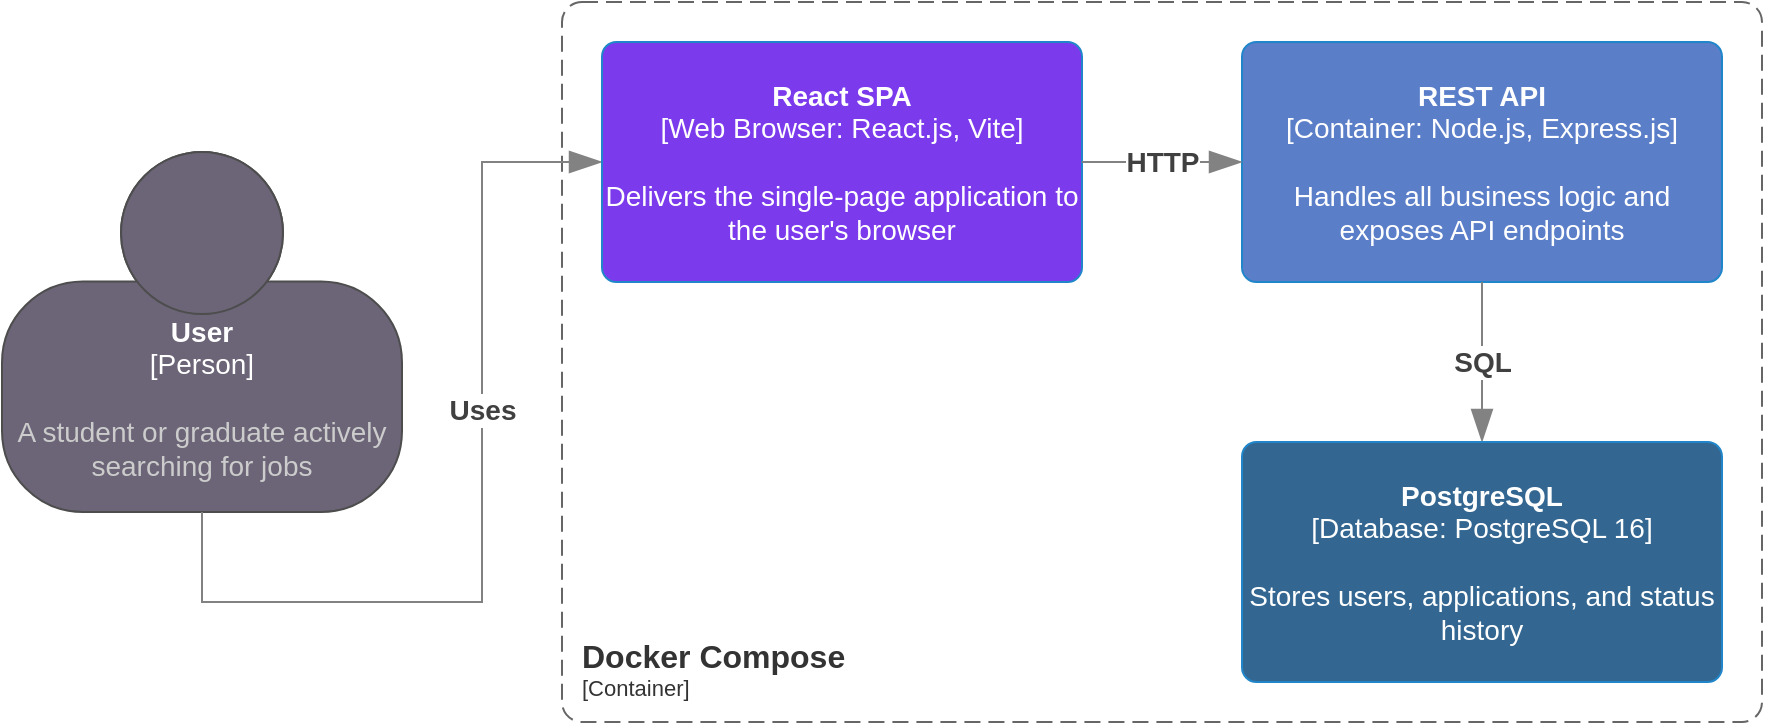
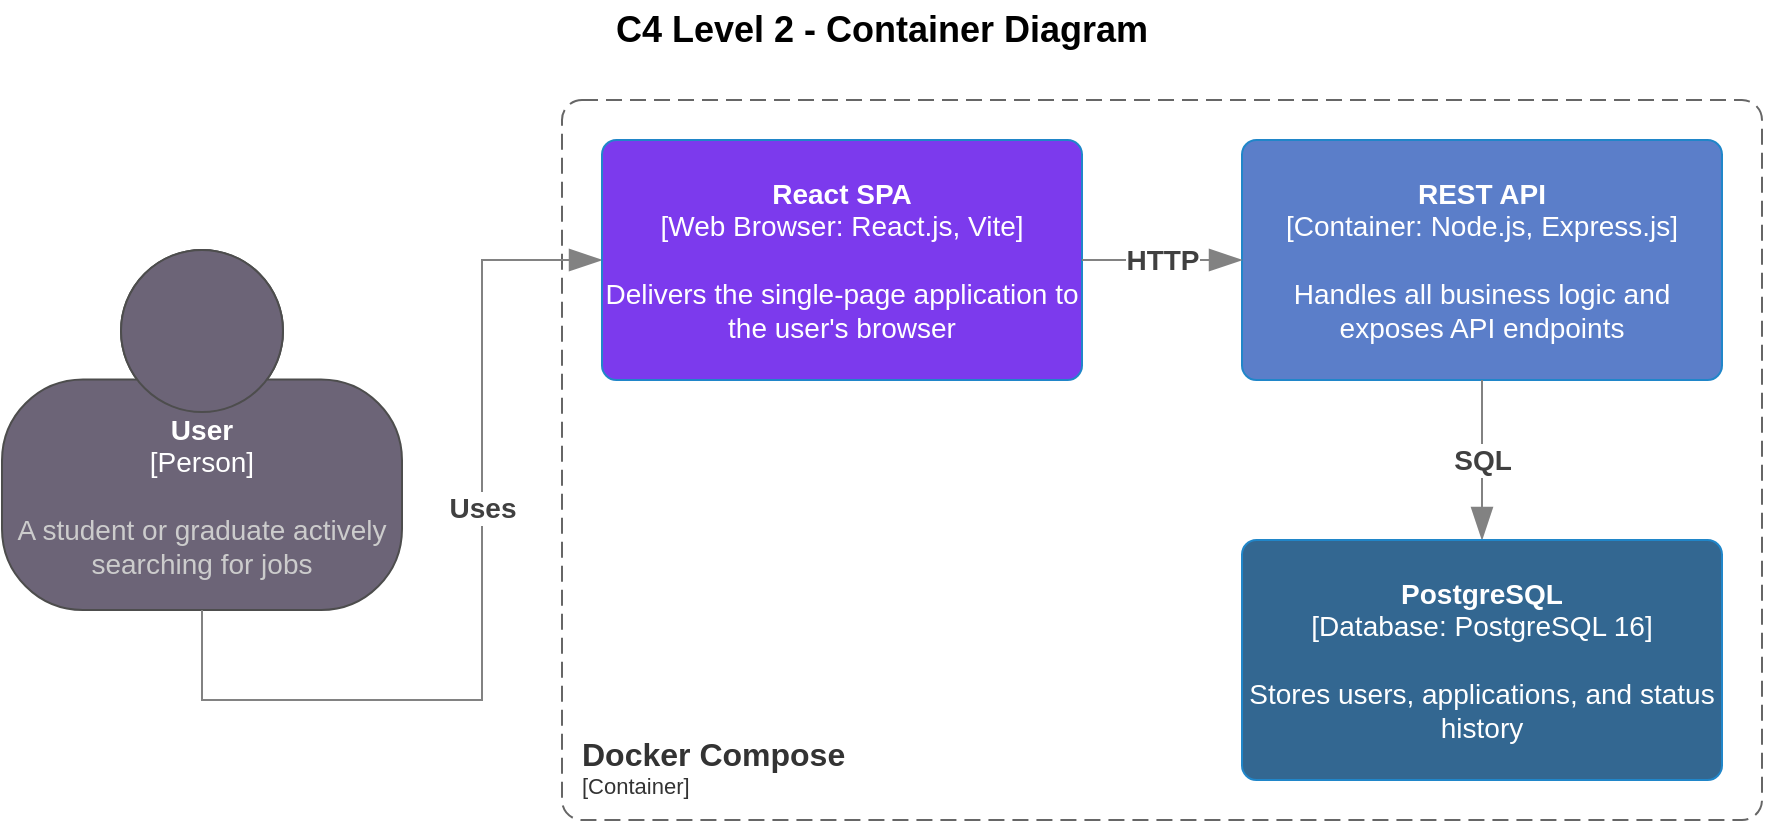
<mxfile host="app.diagrams.net">
  <diagram name="Page-1" id="6VALZ1FvOjJdwDHkJwd1">
    <mxGraphModel dx="2904" dy="1111" grid="1" gridSize="10" guides="1" tooltips="1" connect="1" arrows="1" fold="1" page="1" pageScale="1" pageWidth="850" pageHeight="1100" math="0" shadow="0">
      <root>
        <mxCell id="0" />
        <mxCell id="1" parent="0" />
        <object placeholders="1" c4Name="Docker Compose" c4Type="ContainerScopeBoundary" c4Application="Container" label="&lt;font style=&quot;font-size: 16px&quot;&gt;&lt;b&gt;&lt;div style=&quot;text-align: left&quot;&gt;%c4Name%&lt;/div&gt;&lt;/b&gt;&lt;/font&gt;&lt;div style=&quot;text-align: left&quot;&gt;[%c4Application%]&lt;/div&gt;" id="x2zLl9rLxHROFX07nacW-2">
          <mxCell parent="1" style="rounded=1;fontSize=11;whiteSpace=wrap;html=1;dashed=1;arcSize=20;fillColor=none;strokeColor=#666666;fontColor=#333333;labelBackgroundColor=none;align=left;verticalAlign=bottom;labelBorderColor=none;spacingTop=0;spacing=10;dashPattern=8 4;metaEdit=1;rotatable=0;perimeter=rectanglePerimeter;noLabel=0;labelPadding=0;allowArrows=0;connectable=0;expand=0;recursiveResize=0;editable=1;pointerEvents=0;absoluteArcSize=1;points=[[0.25,0,0],[0.5,0,0],[0.75,0,0],[1,0.25,0],[1,0.5,0],[1,0.75,0],[0.75,1,0],[0.5,1,0],[0.25,1,0],[0,0.75,0],[0,0.5,0],[0,0.25,0]];" vertex="1">
-             <mxGeometry height="360" width="600" x="180" y="260" as="geometry" />
+             <mxGeometry height="360" width="600" x="265" y="260" as="geometry" />
          </mxCell>
        </object>
        <object placeholders="1" c4Name="User" c4Type="Person" c4Description="A student or graduate actively searching for jobs" label="&lt;font&gt;&lt;b&gt;%c4Name%&lt;/b&gt;&lt;/font&gt;&lt;div&gt;[%c4Type%]&lt;/div&gt;&lt;br&gt;&lt;div&gt;&lt;font&gt;&lt;font color=&quot;#cccccc&quot;&gt;%c4Description%&lt;/font&gt;&lt;/font&gt;&lt;/div&gt;" id="x2zLl9rLxHROFX07nacW-3">
          <mxCell parent="1" style="html=1;fontSize=14;dashed=0;whiteSpace=wrap;fillColor=#6C6477;strokeColor=#4D4D4D;fontColor=#ffffff;shape=mxgraph.c4.person2;align=center;metaEdit=1;points=[[0.5,0,0],[1,0.5,0],[1,0.75,0],[0.75,1,0],[0.5,1,0],[0.25,1,0],[0,0.75,0],[0,0.5,0]];resizable=0;" vertex="1">
-             <mxGeometry height="180" width="200" x="-100" y="335" as="geometry" />
+             <mxGeometry height="180" width="200" x="-15" y="335" as="geometry" />
          </mxCell>
        </object>
        <object placeholders="1" c4Type="Relationship" c4Description="Uses" label="&lt;div style=&quot;text-align: left&quot;&gt;&lt;div style=&quot;text-align: center&quot;&gt;&lt;b&gt;%c4Description%&lt;/b&gt;&lt;/div&gt;&lt;/div&gt;" id="x2zLl9rLxHROFX07nacW-4">
          <mxCell edge="1" parent="1" source="x2zLl9rLxHROFX07nacW-3" style="endArrow=blockThin;html=1;fontSize=14;fontColor=#404040;strokeWidth=1;endFill=1;strokeColor=#828282;elbow=vertical;metaEdit=1;endSize=14;startSize=14;jumpStyle=arc;jumpSize=16;rounded=0;edgeStyle=orthogonalEdgeStyle;entryX=0;entryY=0.5;entryDx=0;entryDy=0;entryPerimeter=0;exitX=0.5;exitY=1;exitDx=0;exitDy=0;exitPerimeter=0;" target="x2zLl9rLxHROFX07nacW-6">
            <mxGeometry relative="1" width="240" x="0.2079" as="geometry">
              <mxPoint as="offset" />
              <Array as="points">
-                 <mxPoint y="560" />
-                 <mxPoint x="140" y="560" />
-                 <mxPoint x="140" y="340" />
+                 <mxPoint x="85" y="560" />
+                 <mxPoint x="225" y="560" />
+                 <mxPoint x="225" y="340" />
              </Array>
-               <mxPoint x="60" y="620" as="sourcePoint" />
-               <mxPoint x="300" y="620" as="targetPoint" />
+               <mxPoint x="145" y="620" as="sourcePoint" />
+               <mxPoint x="385" y="620" as="targetPoint" />
            </mxGeometry>
          </mxCell>
        </object>
        <object placeholders="1" c4Name="REST API" c4Type="Container" c4Technology="Node.js, Express.js" c4Description="Handles all business logic and exposes API endpoints" label="&lt;font&gt;&lt;b&gt;%c4Name%&lt;/b&gt;&lt;/font&gt;&lt;div&gt;[%c4Type%: %c4Technology%]&lt;/div&gt;&lt;br&gt;&lt;div&gt;&lt;font&gt;%c4Description%&lt;/font&gt;&lt;/div&gt;" id="x2zLl9rLxHROFX07nacW-5">
          <mxCell parent="1" style="rounded=1;whiteSpace=wrap;html=1;labelBackgroundColor=none;fillColor=#5B7EC9;fontColor=#ffffff;align=center;arcSize=6;strokeColor=#2086C9;metaEdit=1;resizable=0;points=[[0.25,0,0],[0.5,0,0],[0.75,0,0],[1,0.25,0],[1,0.5,0],[1,0.75,0],[0.75,1,0],[0.5,1,0],[0.25,1,0],[0,0.75,0],[0,0.5,0],[0,0.25,0]];fontSize=14;" vertex="1">
-             <mxGeometry height="120" width="240" x="520" y="280" as="geometry" />
+             <mxGeometry height="120" width="240" x="605" y="280" as="geometry" />
          </mxCell>
        </object>
        <object placeholders="1" c4Name="React SPA" c4Type="Web Browser" c4Technology="React.js, Vite" c4Description="Delivers the single-page application to the user&#39;s browser" label="&lt;font&gt;&lt;b&gt;%c4Name%&lt;/b&gt;&lt;/font&gt;&lt;div&gt;[%c4Type%: %c4Technology%]&lt;/div&gt;&lt;br&gt;&lt;div&gt;&lt;font&gt;%c4Description%&lt;/font&gt;&lt;/div&gt;" id="x2zLl9rLxHROFX07nacW-6">
          <mxCell parent="1" style="rounded=1;whiteSpace=wrap;html=1;labelBackgroundColor=none;fillColor=#7C3AED;fontColor=#ffffff;align=center;arcSize=6;strokeColor=#2086C9;metaEdit=1;resizable=0;points=[[0.25,0,0],[0.5,0,0],[0.75,0,0],[1,0.25,0],[1,0.5,0],[1,0.75,0],[0.75,1,0],[0.5,1,0],[0.25,1,0],[0,0.75,0],[0,0.5,0],[0,0.25,0]];fontSize=14;" vertex="1">
-             <mxGeometry height="120" width="240" x="200" y="280" as="geometry" />
+             <mxGeometry height="120" width="240" x="285" y="280" as="geometry" />
          </mxCell>
        </object>
        <object placeholders="1" c4Type="Relationship" c4Description="HTTP" label="&lt;div style=&quot;text-align: left&quot;&gt;&lt;div style=&quot;text-align: center&quot;&gt;&lt;b&gt;%c4Description%&lt;/b&gt;&lt;/div&gt;&lt;/div&gt;" id="x2zLl9rLxHROFX07nacW-7">
          <mxCell edge="1" parent="1" source="x2zLl9rLxHROFX07nacW-6" style="endArrow=blockThin;html=1;fontSize=14;fontColor=#404040;strokeWidth=1;endFill=1;strokeColor=#828282;elbow=vertical;metaEdit=1;endSize=14;startSize=14;jumpStyle=arc;jumpSize=16;rounded=0;edgeStyle=orthogonalEdgeStyle;exitX=1;exitY=0.5;exitDx=0;exitDy=0;exitPerimeter=0;entryX=0;entryY=0.5;entryDx=0;entryDy=0;entryPerimeter=0;" target="x2zLl9rLxHROFX07nacW-5">
            <mxGeometry relative="1" width="240" as="geometry">
-               <mxPoint x="110" y="710" as="sourcePoint" />
-               <mxPoint x="350" y="710" as="targetPoint" />
+               <mxPoint x="195" y="710" as="sourcePoint" />
+               <mxPoint x="435" y="710" as="targetPoint" />
            </mxGeometry>
          </mxCell>
        </object>
        <object placeholders="1" c4Type="Relationship" c4Description="SQL" label="&lt;div style=&quot;text-align: left&quot;&gt;&lt;div style=&quot;text-align: center&quot;&gt;&lt;b&gt;%c4Description%&lt;/b&gt;&lt;/div&gt;&lt;/div&gt;" id="x2zLl9rLxHROFX07nacW-9">
          <mxCell edge="1" parent="1" source="x2zLl9rLxHROFX07nacW-5" style="endArrow=blockThin;html=1;fontSize=14;fontColor=#404040;strokeWidth=1;endFill=1;strokeColor=#828282;elbow=vertical;metaEdit=1;endSize=14;startSize=14;jumpStyle=arc;jumpSize=16;rounded=0;edgeStyle=orthogonalEdgeStyle;exitX=0.5;exitY=1;exitDx=0;exitDy=0;exitPerimeter=0;entryX=0.5;entryY=0;entryDx=0;entryDy=0;entryPerimeter=0;" target="x2zLl9rLxHROFX07nacW-10">
            <mxGeometry relative="1" width="240" as="geometry">
-               <mxPoint x="-90" y="760" as="sourcePoint" />
-               <mxPoint x="150" y="760" as="targetPoint" />
+               <mxPoint x="-5" y="760" as="sourcePoint" />
+               <mxPoint x="235" y="760" as="targetPoint" />
            </mxGeometry>
          </mxCell>
        </object>
        <object placeholders="1" c4Name="PostgreSQL" c4Type="Database" c4Technology="PostgreSQL 16" c4Description="Stores users, applications, and status history" label="&lt;font&gt;&lt;b&gt;%c4Name%&lt;/b&gt;&lt;/font&gt;&lt;div&gt;[%c4Type%: %c4Technology%]&lt;/div&gt;&lt;br&gt;&lt;div&gt;&lt;font&gt;%c4Description%&lt;/font&gt;&lt;/div&gt;" id="x2zLl9rLxHROFX07nacW-10">
          <mxCell parent="1" style="rounded=1;whiteSpace=wrap;html=1;labelBackgroundColor=none;fillColor=#336791;fontColor=#ffffff;align=center;arcSize=6;strokeColor=#2086C9;metaEdit=1;resizable=0;points=[[0.25,0,0],[0.5,0,0],[0.75,0,0],[1,0.25,0],[1,0.5,0],[1,0.75,0],[0.75,1,0],[0.5,1,0],[0.25,1,0],[0,0.75,0],[0,0.5,0],[0,0.25,0]];fontSize=14;" vertex="1">
-             <mxGeometry height="120" width="240" x="520" y="480" as="geometry" />
+             <mxGeometry height="120" width="240" x="605" y="480" as="geometry" />
          </mxCell>
        </object>
+         <mxCell id="x2zLl9rLxHROFX07nacW-11" parent="1" style="text;html=1;whiteSpace=wrap;strokeColor=none;fillColor=none;align=center;verticalAlign=middle;rounded=0;fontSize=18;" value="&lt;div&gt;&lt;font&gt;&lt;b&gt;C4 Level 2 - Container Diagram&lt;/b&gt;&lt;/font&gt;&lt;/div&gt;" vertex="1">
+           <mxGeometry height="30" width="290" x="280" y="210" as="geometry" />
+         </mxCell>
      </root>
    </mxGraphModel>
  </diagram>
</mxfile>
